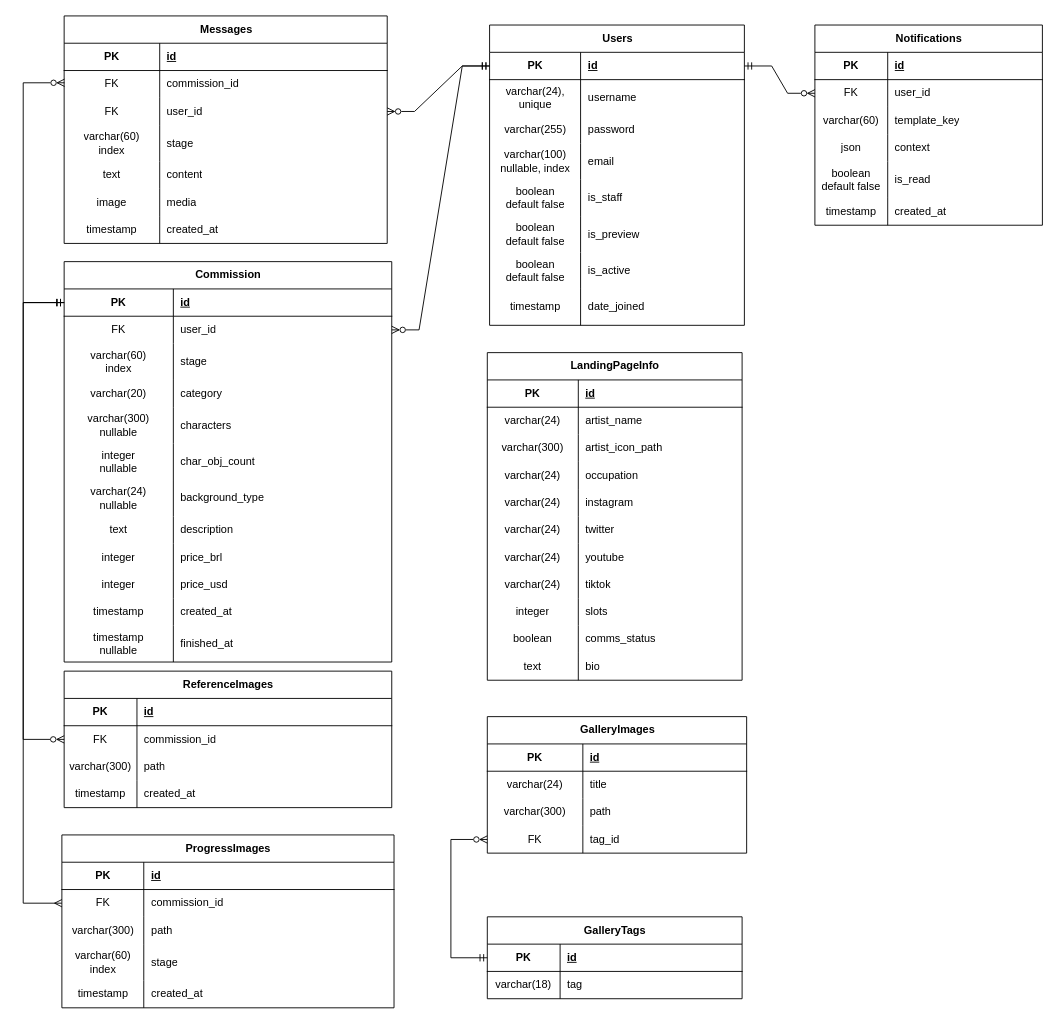
nemesis-noctis/o-atelier keeps this draw.io diagram as docs/diagramas/OAtelierER.drawio. Above is the earlier version. Source tidied: cells renumbered, new cells numbered last; positions are measured from the earlier drawing's top-left corner, leaving out a move shared by most shapes. Both pictures are drawn from the tidied source at 91%, with x=0, y=0 at pixel (23, 15).
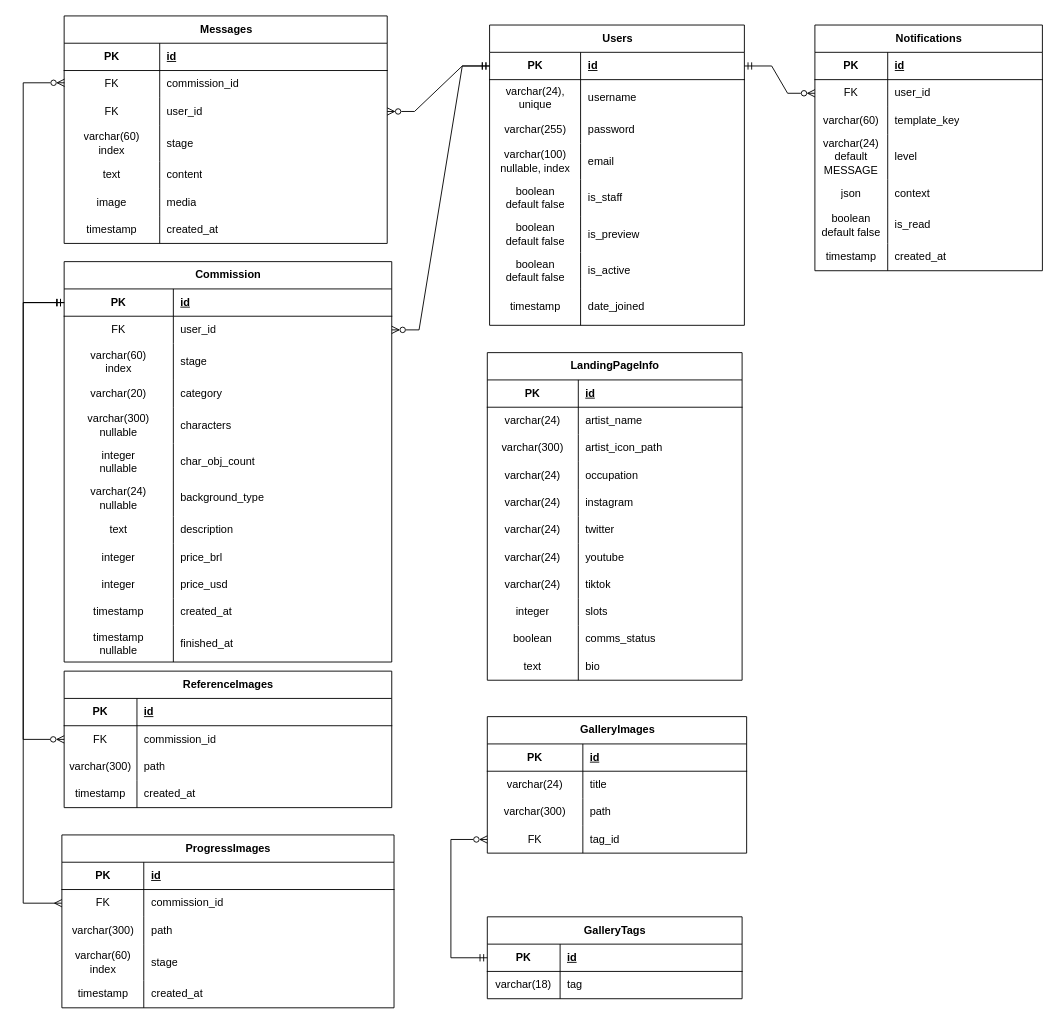
The same diagram, later.

Commit message (it also covers changes not shown here):
feat: Add level to notifications, adjust docs ER to add level to notifications table and add different tags to notification section  based on notification levels.

Change to the diagram source:
```diff
@@
     <mxCell id="175" value="Notifications" style="shape=table;startSize=30;childLayout=tableLayout;rowLines=0;fontStyle=1;align=center;html=1;" parent="1" vertex="1">
-      <mxGeometry x="870" y="10" width="250" height="220" as="geometry" />
+      <mxGeometry x="870" y="10" width="250" height="270" as="geometry" />
     </mxCell>
@@
+    <mxCell id="195" style="shape=tableRow;horizontal=0;startSize=0;swimlaneHead=0;swimlaneBody=0;fillColor=none;top=0;left=0;right=0;bottom=0;" parent="175" vertex="1">
+      <mxGeometry y="120" width="250" height="50" as="geometry" />
+    </mxCell>
+    <mxCell id="196" value="varchar(24)&lt;br&gt;default MESSAGE" style="shape=partialRectangle;fillColor=none;top=0;left=0;bottom=0;right=0;overflow=hidden;whiteSpace=wrap;html=1;" parent="195" vertex="1">
+      <mxGeometry width="80" height="50" as="geometry" />
+    </mxCell>
+    <mxCell id="197" value="level" style="shape=partialRectangle;fillColor=none;top=0;left=0;bottom=0;right=0;align=left;spacingLeft=6;overflow=hidden;whiteSpace=wrap;html=1;" parent="195" vertex="1">
+      <mxGeometry x="80" width="170" height="50" as="geometry" />
+    </mxCell>
     <mxCell id="185" style="shape=tableRow;horizontal=0;startSize=0;swimlaneHead=0;swimlaneBody=0;fillColor=none;top=0;left=0;right=0;bottom=0;" parent="175" vertex="1">
-      <mxGeometry y="120" width="250" height="30" as="geometry" />
+      <mxGeometry y="170" width="250" height="30" as="geometry" />
     </mxCell>
@@
     <mxCell id="188" style="shape=tableRow;horizontal=0;startSize=0;swimlaneHead=0;swimlaneBody=0;fillColor=none;top=0;left=0;right=0;bottom=0;" parent="175" vertex="1">
-      <mxGeometry y="150" width="250" height="40" as="geometry" />
+      <mxGeometry y="200" width="250" height="40" as="geometry" />
     </mxCell>
@@
     <mxCell id="191" style="shape=tableRow;horizontal=0;startSize=0;swimlaneHead=0;swimlaneBody=0;fillColor=none;top=0;left=0;right=0;bottom=0;" parent="175" vertex="1">
-      <mxGeometry y="190" width="250" height="30" as="geometry" />
+      <mxGeometry y="240" width="250" height="30" as="geometry" />
     </mxCell>
```
